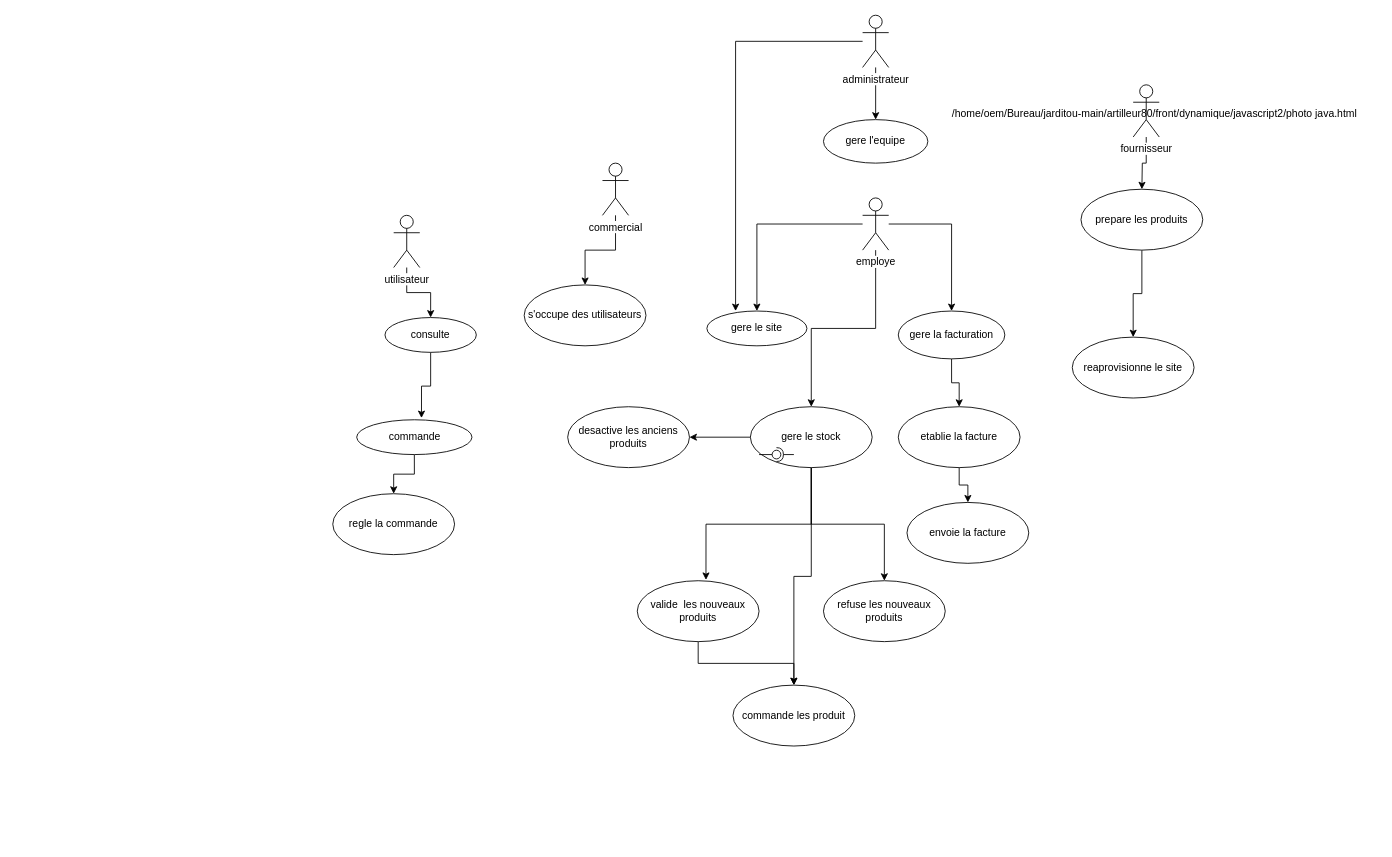
Before: page "Page-1" (1 of 5) of fil rouge 1.drawio in artilleur/fil-rouge, a draw.io diagram. Source tidied: cells renumbered, new cells numbered last; positions are measured from the earlier drawing's top-left corner, leaving out a move shared by most shapes. Both pictures are drawn from the tidied source at 87%, with x=0, y=0 at pixel (332, 15).
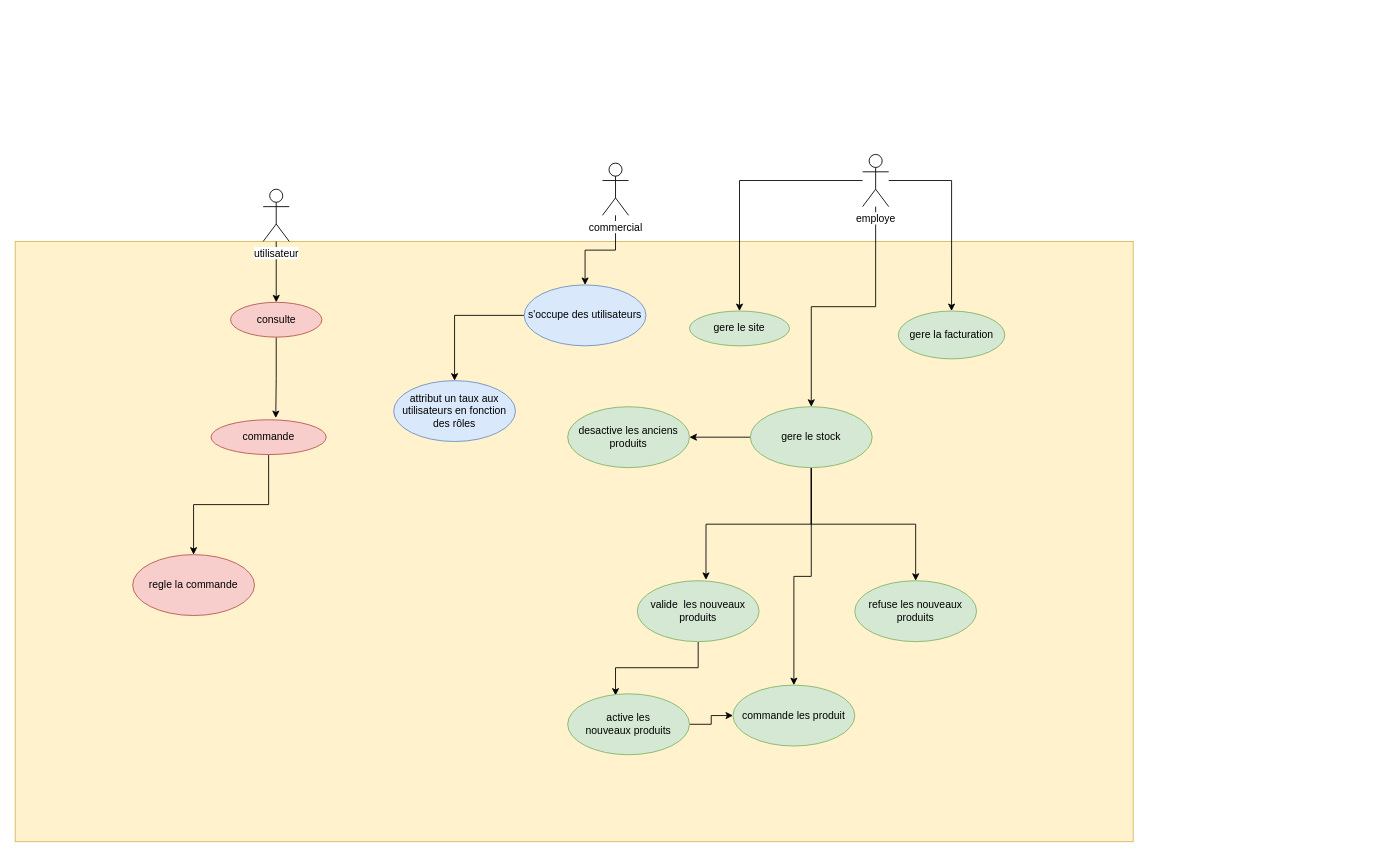
The same diagram, later.

What changed in the source:
```diff
@@
+    <mxCell id="45" style="html=1;fillColor=#fff2cc;strokeColor=#d6b656;" parent="1" vertex="1">
+      <mxGeometry x="-365" y="260" width="1285" height="690" as="geometry" />
+    </mxCell>
@@
     <mxCell id="3" value="utilisateur&lt;br&gt;" style="shape=umlActor;verticalLabelPosition=bottom;labelBackgroundColor=#ffffff;verticalAlign=top;html=1;" parent="1" vertex="1">
-      <mxGeometry x="70" y="230" width="30" height="60" as="geometry" />
+      <mxGeometry x="-80" y="200" width="30" height="60" as="geometry" />
     </mxCell>
-    <mxCell id="4" style="edgeStyle=orthogonalEdgeStyle;rounded=0;jettySize=auto;html=1;" parent="1" edge="1" source="5">
-      <mxGeometry relative="1" as="geometry">
-        <mxPoint x="930" y="200" as="targetPoint" />
-      </mxGeometry>
-    </mxCell>
-    <mxCell id="5" value="fournisseur&lt;br&gt;" style="shape=umlActor;verticalLabelPosition=bottom;labelBackgroundColor=#ffffff;verticalAlign=top;html=1;" parent="1" vertex="1">
-      <mxGeometry x="920" y="80" width="30" height="60" as="geometry" />
-    </mxCell>
@@
     <mxCell id="9" value="employe&lt;br&gt;" style="shape=umlActor;verticalLabelPosition=bottom;labelBackgroundColor=#ffffff;verticalAlign=top;html=1;" parent="1" vertex="1">
-      <mxGeometry x="609" y="210" width="30" height="60" as="geometry" />
+      <mxGeometry x="609" y="160" width="30" height="60" as="geometry" />
     </mxCell>
@@
-    <mxCell id="11" value="consulte" style="ellipse;whiteSpace=wrap;html=1;" parent="1" vertex="1">
-      <mxGeometry x="60" y="347.5" width="105" height="40" as="geometry" />
+    <mxCell id="11" value="consulte" style="ellipse;whiteSpace=wrap;html=1;fillColor=#f8cecc;strokeColor=#b85450;" parent="1" vertex="1">
+      <mxGeometry x="-117.5" y="330" width="105" height="40" as="geometry" />
     </mxCell>
@@
-    <mxCell id="13" value="commande" style="ellipse;whiteSpace=wrap;html=1;" parent="1" vertex="1">
-      <mxGeometry x="27.5" y="465" width="132.5" height="40" as="geometry" />
+    <mxCell id="13" value="commande" style="ellipse;whiteSpace=wrap;html=1;fillColor=#f8cecc;strokeColor=#b85450;" parent="1" vertex="1">
+      <mxGeometry x="-140" y="465" width="132.5" height="40" as="geometry" />
     </mxCell>
-    <mxCell id="14" value="gere le site&lt;br&gt;" style="ellipse;whiteSpace=wrap;html=1;" parent="1" vertex="1">
-      <mxGeometry x="430" y="340" width="115" height="40" as="geometry" />
+    <mxCell id="14" value="gere le site&lt;br&gt;" style="ellipse;whiteSpace=wrap;html=1;fillColor=#d5e8d4;strokeColor=#82b366;" parent="1" vertex="1">
+      <mxGeometry x="410" y="340" width="115" height="40" as="geometry" />
     </mxCell>
-    <mxCell id="15" style="edgeStyle=orthogonalEdgeStyle;rounded=0;jettySize=auto;html=1;" parent="1" edge="1" source="16" target="24">
-      <mxGeometry relative="1" as="geometry" />
-    </mxCell>
-    <mxCell id="16" value="gere la facturation" style="ellipse;whiteSpace=wrap;html=1;" parent="1" vertex="1">
+    <mxCell id="16" value="gere la facturation" style="ellipse;whiteSpace=wrap;html=1;fillColor=#d5e8d4;strokeColor=#82b366;" parent="1" vertex="1">
       <mxGeometry x="650" y="340" width="122.5" height="55" as="geometry" />
     </mxCell>
-    <mxCell id="17" value="regle la commande&lt;br&gt;" style="ellipse;whiteSpace=wrap;html=1;" parent="1" vertex="1">
-      <mxGeometry y="550" width="140" height="70" as="geometry" />
+    <mxCell id="17" value="regle la commande&lt;br&gt;" style="ellipse;whiteSpace=wrap;html=1;fillColor=#f8cecc;strokeColor=#b85450;" parent="1" vertex="1">
+      <mxGeometry x="-230" y="620" width="140" height="70" as="geometry" />
     </mxCell>
@@
-    <mxCell id="22" value="gere le stock" style="ellipse;whiteSpace=wrap;html=1;" parent="1" vertex="1">
+    <mxCell id="22" value="gere le stock" style="ellipse;whiteSpace=wrap;html=1;fillColor=#d5e8d4;strokeColor=#82b366;" parent="1" vertex="1">
       <mxGeometry x="480" y="450" width="140" height="70" as="geometry" />
     </mxCell>
-    <mxCell id="23" style="edgeStyle=orthogonalEdgeStyle;rounded=0;jettySize=auto;html=1;" parent="1" edge="1" source="24" target="25">
-      <mxGeometry relative="1" as="geometry" />
-    </mxCell>
-    <mxCell id="24" value="etablie la facture" style="ellipse;whiteSpace=wrap;html=1;" parent="1" vertex="1">
-      <mxGeometry x="650" y="450" width="140" height="70" as="geometry" />
-    </mxCell>
-    <mxCell id="25" value="envoie la facture" style="ellipse;whiteSpace=wrap;html=1;" parent="1" vertex="1">
-      <mxGeometry x="660" y="560" width="140" height="70" as="geometry" />
-    </mxCell>
-    <mxCell id="26" value="commande les produit&lt;br&gt;" style="ellipse;whiteSpace=wrap;html=1;" parent="1" vertex="1">
+    <mxCell id="26" value="commande les produit&lt;br&gt;" style="ellipse;whiteSpace=wrap;html=1;fillColor=#d5e8d4;strokeColor=#82b366;" parent="1" vertex="1">
       <mxGeometry x="460" y="770" width="140" height="70" as="geometry" />
     </mxCell>
-    <mxCell id="27" style="edgeStyle=orthogonalEdgeStyle;rounded=0;jettySize=auto;html=1;entryX=0.5;entryY=0;entryDx=0;entryDy=0;" parent="1" edge="1" source="29" target="30">
-      <mxGeometry relative="1" as="geometry" />
-    </mxCell>
-    <mxCell id="28" style="edgeStyle=orthogonalEdgeStyle;rounded=0;jettySize=auto;html=1;entryX=0.287;entryY=0;entryDx=0;entryDy=0;entryPerimeter=0;" parent="1" edge="1" source="29" target="14">
-      <mxGeometry relative="1" as="geometry" />
-    </mxCell>
-    <mxCell id="29" value="administrateur&lt;br&gt;" style="shape=umlActor;verticalLabelPosition=bottom;labelBackgroundColor=#ffffff;verticalAlign=top;html=1;" parent="1" vertex="1">
-      <mxGeometry x="609" width="30" height="60" as="geometry" />
-    </mxCell>
-    <mxCell id="30" value="gere l'equipe&lt;br&gt;" style="ellipse;whiteSpace=wrap;html=1;" parent="1" vertex="1">
-      <mxGeometry x="564" y="120" width="120" height="50" as="geometry" />
-    </mxCell>
@@
+    <mxCell id="46" style="edgeStyle=orthogonalEdgeStyle;rounded=0;jettySize=auto;html=1;entryX=0.5;entryY=0;entryDx=0;entryDy=0;" parent="1" edge="1" source="33" target="48">
+      <mxGeometry relative="1" as="geometry" />
+    </mxCell>
-    <mxCell id="33" value="s'occupe des utilisateurs&lt;br&gt;" style="ellipse;whiteSpace=wrap;html=1;" parent="1" vertex="1">
+    <mxCell id="33" value="s'occupe des utilisateurs&lt;br&gt;" style="ellipse;whiteSpace=wrap;html=1;fillColor=#dae8fc;strokeColor=#6c8ebf;" parent="1" vertex="1">
       <mxGeometry x="220" y="310" width="140" height="70" as="geometry" />
     </mxCell>
-    <mxCell id="34" style="edgeStyle=orthogonalEdgeStyle;rounded=0;jettySize=auto;html=1;" parent="1" edge="1" source="35" target="26">
-      <mxGeometry relative="1" as="geometry" />
-    </mxCell>
+    <mxCell id="47" style="edgeStyle=orthogonalEdgeStyle;rounded=0;jettySize=auto;html=1;entryX=0.393;entryY=0.029;entryDx=0;entryDy=0;entryPerimeter=0;" parent="1" edge="1" source="35" target="50">
+      <mxGeometry relative="1" as="geometry" />
+    </mxCell>
-    <mxCell id="35" value="valide&amp;nbsp; les nouveaux produits" style="ellipse;whiteSpace=wrap;html=1;" parent="1" vertex="1">
+    <mxCell id="35" value="valide&amp;nbsp; les nouveaux produits" style="ellipse;whiteSpace=wrap;html=1;fillColor=#d5e8d4;strokeColor=#82b366;" parent="1" vertex="1">
       <mxGeometry x="350" y="650" width="140" height="70" as="geometry" />
     </mxCell>
-    <mxCell id="36" style="edgeStyle=orthogonalEdgeStyle;rounded=0;jettySize=auto;html=1;" parent="1" edge="1" source="37" target="38">
-      <mxGeometry relative="1" as="geometry" />
-    </mxCell>
-    <mxCell id="37" value="prepare les produits&lt;br&gt;" style="ellipse;whiteSpace=wrap;html=1;" parent="1" vertex="1">
-      <mxGeometry x="860" y="200" width="140" height="70" as="geometry" />
-    </mxCell>
-    <mxCell id="38" value="reaprovisionne le site&lt;br&gt;" style="ellipse;whiteSpace=wrap;html=1;" parent="1" vertex="1">
-      <mxGeometry x="850" y="370" width="140" height="70" as="geometry" />
-    </mxCell>
-    <mxCell id="39" value="desactive les anciens produits&lt;br&gt;" style="ellipse;whiteSpace=wrap;html=1;" parent="1" vertex="1">
+    <mxCell id="39" value="desactive les anciens produits&lt;br&gt;" style="ellipse;whiteSpace=wrap;html=1;fillColor=#d5e8d4;strokeColor=#82b366;" parent="1" vertex="1">
       <mxGeometry x="270" y="450" width="140" height="70" as="geometry" />
     </mxCell>
-    <mxCell id="40" value="refuse les nouveaux produits&lt;br&gt;" style="ellipse;whiteSpace=wrap;html=1;" parent="1" vertex="1">
-      <mxGeometry x="564" y="650" width="140" height="70" as="geometry" />
+    <mxCell id="40" value="refuse les nouveaux produits&lt;br&gt;" style="ellipse;whiteSpace=wrap;html=1;fillColor=#d5e8d4;strokeColor=#82b366;" parent="1" vertex="1">
+      <mxGeometry x="600" y="650" width="140" height="70" as="geometry" />
     </mxCell>
-    <mxCell id="41" style="rounded=0;jettySize=auto;html=1;endArrow=none;endFill=0;" parent="1" edge="1" target="43">
-      <mxGeometry relative="1" as="geometry">
-        <mxPoint x="490" y="505" as="sourcePoint" />
-      </mxGeometry>
-    </mxCell>
-    <mxCell id="42" style="rounded=0;jettySize=auto;html=1;endArrow=halfCircle;endFill=0;entryX=0.5;entryY=0.5;entryDx=0;entryDy=0;endSize=6;strokeWidth=1;" parent="1" edge="1" target="43">
-      <mxGeometry relative="1" as="geometry">
-        <mxPoint x="530" y="505" as="sourcePoint" />
-      </mxGeometry>
-    </mxCell>
-    <mxCell id="43" style="ellipse;whiteSpace=wrap;html=1;fontFamily=Helvetica;fontSize=12;fontColor=#000000;align=center;strokeColor=#000000;fillColor=#ffffff;points=[];" parent="1" vertex="1">
-      <mxGeometry x="505" y="500" width="10" height="10" as="geometry" />
-    </mxCell>
-    <mxCell id="44" value="/home/oem/Bureau/jarditou-main/artilleur80/front/dynamique/javascript2/photo java.html" style="text;whiteSpace=wrap;html=1;" parent="1" vertex="1">
-      <mxGeometry x="710" y="100" width="490" height="30" as="geometry" />
-    </mxCell>
+    <mxCell id="48" value="attribut un taux aux utilisateurs en fonction des rôles" style="ellipse;whiteSpace=wrap;html=1;fillColor=#dae8fc;strokeColor=#6c8ebf;" parent="1" vertex="1">
+      <mxGeometry x="70" y="420" width="140" height="70" as="geometry" />
+    </mxCell>
+    <mxCell id="49" style="edgeStyle=orthogonalEdgeStyle;rounded=0;jettySize=auto;html=1;entryX=0;entryY=0.5;entryDx=0;entryDy=0;" parent="1" edge="1" source="50" target="26">
+      <mxGeometry relative="1" as="geometry" />
+    </mxCell>
+    <mxCell id="50" value="active les&lt;br&gt;nouveaux produits" style="ellipse;whiteSpace=wrap;html=1;fillColor=#d5e8d4;strokeColor=#82b366;" parent="1" vertex="1">
+      <mxGeometry x="270" y="780" width="140" height="70" as="geometry" />
+    </mxCell>
```
